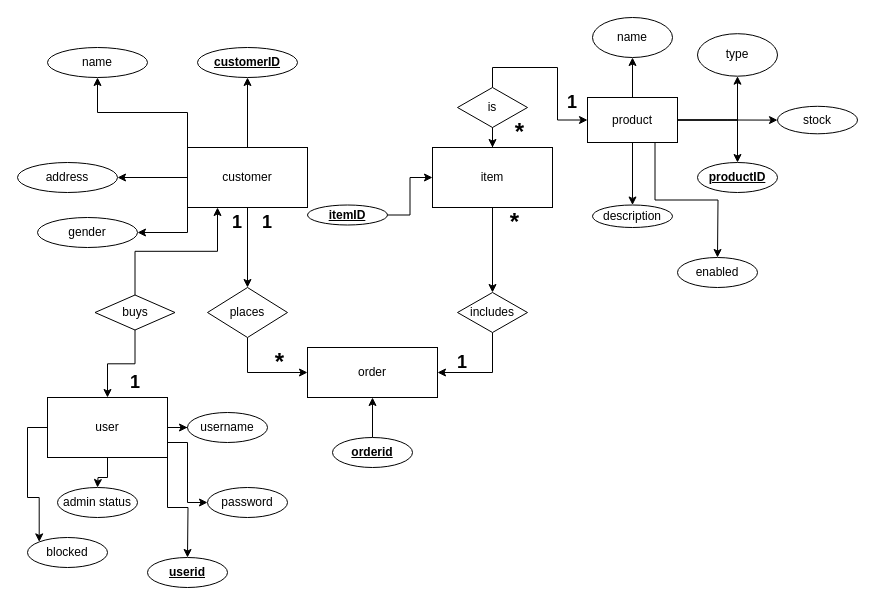
Earlier version of the draw.io diagram erd.drawio (ppvnf/diagramnetworklab2). Source tidied: cells renumbered, new cells numbered last; positions are measured from the earlier drawing's top-left corner, leaving out a move shared by most shapes. Both pictures are drawn from the tidied source at 100%, with x=0, y=0 at pixel (17, 17).
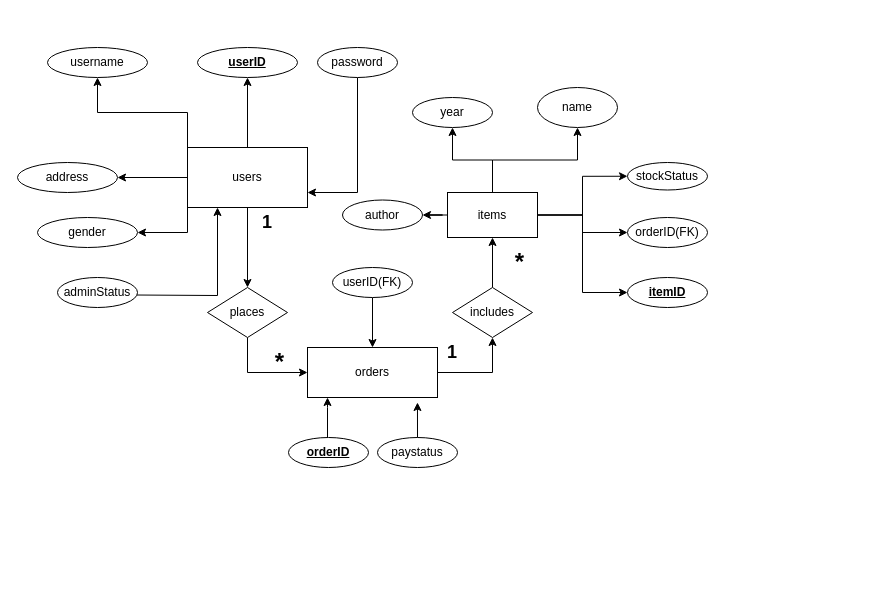
The same diagram, later.

What changed in the source:
```diff
@@
-    <mxCell id="7" value="customer" style="whiteSpace=wrap;html=1;" parent="1" vertex="1">
+    <mxCell id="7" value="users" style="whiteSpace=wrap;html=1;" parent="1" vertex="1">
       <mxGeometry x="170" y="130" width="120" height="60" as="geometry" />
     </mxCell>
-    <mxCell id="8" value="name" style="ellipse;whiteSpace=wrap;html=1;" parent="1" vertex="1">
+    <mxCell id="8" value="username" style="ellipse;whiteSpace=wrap;html=1;" parent="1" vertex="1">
       <mxGeometry x="30" y="30" width="100" height="30" as="geometry" />
     </mxCell>
@@
-    <mxCell id="10" value="&lt;b&gt;&lt;u&gt;customerID&lt;/u&gt;&lt;/b&gt;" style="ellipse;whiteSpace=wrap;html=1;" parent="1" vertex="1">
+    <mxCell id="10" value="&lt;b&gt;&lt;u&gt;userID&lt;/u&gt;&lt;/b&gt;" style="ellipse;whiteSpace=wrap;html=1;" parent="1" vertex="1">
       <mxGeometry x="180" y="30" width="100" height="30" as="geometry" />
     </mxCell>
@@
+    <mxCell id="61" style="edgeStyle=orthogonalEdgeStyle;rounded=0;jettySize=auto;html=1;entryX=0.5;entryY=1;entryDx=0;entryDy=0;" parent="1" edge="1" source="12" target="16">
+      <mxGeometry relative="1" as="geometry" />
+    </mxCell>
-    <mxCell id="12" value="order" style="whiteSpace=wrap;html=1;" parent="1" vertex="1">
+    <mxCell id="12" value="orders" style="whiteSpace=wrap;html=1;" parent="1" vertex="1">
       <mxGeometry x="290" y="330" width="130" height="50" as="geometry" />
     </mxCell>
@@
-    <mxCell id="15" style="edgeStyle=orthogonalEdgeStyle;rounded=0;jettySize=auto;html=1;exitX=0.5;exitY=1;exitDx=0;exitDy=0;entryX=1;entryY=0.5;entryDx=0;entryDy=0;" parent="1" edge="1" source="16" target="12">
-      <mxGeometry relative="1" as="geometry" />
-    </mxCell>
-    <mxCell id="16" value="includes" style="rhombus;whiteSpace=wrap;html=1;" parent="1" vertex="1">
-      <mxGeometry x="440" y="275" width="70" height="40" as="geometry" />
-    </mxCell>
-    <mxCell id="17" style="edgeStyle=orthogonalEdgeStyle;rounded=0;jettySize=auto;html=1;" parent="1" edge="1" source="18" target="16">
-      <mxGeometry relative="1" as="geometry" />
-    </mxCell>
-    <mxCell id="18" value="item" style="whiteSpace=wrap;html=1;" parent="1" vertex="1">
-      <mxGeometry x="415" y="130" width="120" height="60" as="geometry" />
-    </mxCell>
-    <mxCell id="19" style="edgeStyle=orthogonalEdgeStyle;rounded=0;jettySize=auto;html=1;" parent="1" edge="1" source="25" target="37">
-      <mxGeometry relative="1" as="geometry" />
-    </mxCell>
+    <mxCell id="21" style="edgeStyle=orthogonalEdgeStyle;rounded=0;jettySize=auto;html=1;" parent="1" edge="1" source="25" target="39">
+      <mxGeometry relative="1" as="geometry" />
+    </mxCell>
+    <mxCell id="62" style="edgeStyle=orthogonalEdgeStyle;rounded=0;jettySize=auto;html=1;" parent="1" edge="1" source="25" target="56">
+      <mxGeometry relative="1" as="geometry" />
+    </mxCell>
+    <mxCell id="63" style="edgeStyle=orthogonalEdgeStyle;rounded=0;jettySize=auto;html=1;" parent="1" edge="1" source="25" target="72">
+      <mxGeometry relative="1" as="geometry" />
+    </mxCell>
+    <mxCell id="22" style="edgeStyle=orthogonalEdgeStyle;rounded=0;jettySize=auto;html=1;entryX=0;entryY=0.5;entryDx=0;entryDy=0;" parent="1" edge="1" source="25" target="40">
+      <mxGeometry relative="1" as="geometry" />
+    </mxCell>
+    <mxCell id="64" style="edgeStyle=orthogonalEdgeStyle;rounded=0;jettySize=auto;html=1;entryX=0;entryY=0.5;entryDx=0;entryDy=0;" parent="1" edge="1" source="25" target="71">
+      <mxGeometry relative="1" as="geometry" />
+    </mxCell>
-    <mxCell id="20" style="edgeStyle=orthogonalEdgeStyle;rounded=0;jettySize=auto;html=1;" parent="1" edge="1" source="25" target="38">
+    <mxCell id="20" style="edgeStyle=orthogonalEdgeStyle;rounded=0;jettySize=auto;html=1;entryX=0;entryY=0.5;entryDx=0;entryDy=0;" parent="1" edge="1" source="25" target="38">
       <mxGeometry relative="1" as="geometry" />
     </mxCell>
-    <mxCell id="21" style="edgeStyle=orthogonalEdgeStyle;rounded=0;jettySize=auto;html=1;" parent="1" edge="1" source="25" target="39">
-      <mxGeometry relative="1" as="geometry" />
-    </mxCell>
-    <mxCell id="22" style="edgeStyle=orthogonalEdgeStyle;rounded=0;jettySize=auto;html=1;" parent="1" edge="1" source="25" target="40">
-      <mxGeometry relative="1" as="geometry" />
-    </mxCell>
-    <mxCell id="23" style="edgeStyle=orthogonalEdgeStyle;rounded=0;jettySize=auto;html=1;" parent="1" edge="1" source="25" target="41">
-      <mxGeometry relative="1" as="geometry" />
-    </mxCell>
-    <mxCell id="24" style="edgeStyle=orthogonalEdgeStyle;rounded=0;jettySize=auto;html=1;exitX=0.75;exitY=1;exitDx=0;exitDy=0;" parent="1" edge="1" source="25">
-      <mxGeometry relative="1" as="geometry">
-        <mxPoint x="700" y="240" as="targetPoint" />
-      </mxGeometry>
-    </mxCell>
-    <mxCell id="25" value="product" style="whiteSpace=wrap;html=1;" parent="1" vertex="1">
-      <mxGeometry x="570" y="80" width="90" height="45" as="geometry" />
+    <mxCell id="25" value="items" style="whiteSpace=wrap;html=1;" parent="1" vertex="1">
+      <mxGeometry x="430" y="175" width="90" height="45" as="geometry" />
     </mxCell>
-    <mxCell id="26" style="edgeStyle=orthogonalEdgeStyle;rounded=0;jettySize=auto;html=1;" parent="1" edge="1" source="27" target="18">
-      <mxGeometry relative="1" as="geometry" />
-    </mxCell>
-    <mxCell id="27" value="&lt;b&gt;&lt;u&gt;itemID&lt;/u&gt;&lt;/b&gt;" style="ellipse;whiteSpace=wrap;html=1;" parent="1" vertex="1">
-      <mxGeometry x="290" y="187.5" width="80" height="20" as="geometry" />
-    </mxCell>
-    <mxCell id="28" style="edgeStyle=orthogonalEdgeStyle;rounded=0;jettySize=auto;html=1;" parent="1" edge="1" source="30" target="18">
-      <mxGeometry relative="1" as="geometry" />
-    </mxCell>
-    <mxCell id="29" style="edgeStyle=orthogonalEdgeStyle;rounded=0;jettySize=auto;html=1;exitX=0.5;exitY=0;exitDx=0;exitDy=0;entryX=0;entryY=0.5;entryDx=0;entryDy=0;" parent="1" edge="1" source="30" target="25">
-      <mxGeometry relative="1" as="geometry" />
-    </mxCell>
-    <mxCell id="30" value="is" style="rhombus;whiteSpace=wrap;html=1;" parent="1" vertex="1">
-      <mxGeometry x="440" y="70" width="70" height="40" as="geometry" />
-    </mxCell>
-    <mxCell id="31" value="&lt;b&gt;&lt;font style=&quot;font-size: 18px;&quot;&gt;1&lt;/font&gt;&lt;/b&gt;" style="text;strokeColor=none;align=center;fillColor=none;html=1;verticalAlign=middle;whiteSpace=wrap;rounded=0;" parent="1" vertex="1">
-      <mxGeometry x="525" y="70" width="60" height="30" as="geometry" />
-    </mxCell>
-    <mxCell id="32" value="&lt;font style=&quot;font-size: 24px;&quot;&gt;&lt;b&gt;&lt;font&gt;*&lt;/font&gt;&lt;/b&gt;&lt;/font&gt;" style="text;strokeColor=none;align=center;fillColor=none;html=1;verticalAlign=middle;whiteSpace=wrap;rounded=0;" parent="1" vertex="1">
-      <mxGeometry x="475" y="100" width="55" height="30" as="geometry" />
-    </mxCell>
@@
     <mxCell id="35" value="&lt;b&gt;&lt;font style=&quot;font-size: 18px;&quot;&gt;1&lt;/font&gt;&lt;/b&gt;" style="text;strokeColor=none;align=center;fillColor=none;html=1;verticalAlign=middle;whiteSpace=wrap;rounded=0;" parent="1" vertex="1">
-      <mxGeometry x="415" y="330" width="60" height="30" as="geometry" />
+      <mxGeometry x="405" y="320" width="60" height="30" as="geometry" />
     </mxCell>
     <mxCell id="36" value="&lt;font style=&quot;font-size: 24px;&quot;&gt;&lt;b&gt;&lt;font&gt;*&lt;/font&gt;&lt;/b&gt;&lt;/font&gt;" style="text;strokeColor=none;align=center;fillColor=none;html=1;verticalAlign=middle;whiteSpace=wrap;rounded=0;" parent="1" vertex="1">
-      <mxGeometry x="470" y="190" width="55" height="30" as="geometry" />
+      <mxGeometry x="475" y="230" width="55" height="30" as="geometry" />
     </mxCell>
-    <mxCell id="37" value="type" style="ellipse;whiteSpace=wrap;html=1;" parent="1" vertex="1">
-      <mxGeometry x="680" y="16.2" width="80" height="42.5" as="geometry" />
-    </mxCell>
-    <mxCell id="38" value="&lt;b&gt;&lt;u&gt;productID&lt;/u&gt;&lt;/b&gt;" style="ellipse;whiteSpace=wrap;html=1;" parent="1" vertex="1">
-      <mxGeometry x="680" y="145" width="80" height="30" as="geometry" />
+    <mxCell id="38" value="&lt;b&gt;&lt;u&gt;itemID&lt;/u&gt;&lt;/b&gt;" style="ellipse;whiteSpace=wrap;html=1;" parent="1" vertex="1">
+      <mxGeometry x="610" y="260" width="80" height="30" as="geometry" />
     </mxCell>
     <mxCell id="39" value="name" style="ellipse;whiteSpace=wrap;html=1;" parent="1" vertex="1">
-      <mxGeometry x="575" width="80" height="40" as="geometry" />
+      <mxGeometry x="520" y="70" width="80" height="40" as="geometry" />
     </mxCell>
-    <mxCell id="40" value="stock" style="ellipse;whiteSpace=wrap;html=1;" parent="1" vertex="1">
-      <mxGeometry x="760" y="88.8" width="80" height="27.5" as="geometry" />
+    <mxCell id="40" value="stockStatus" style="ellipse;whiteSpace=wrap;html=1;" parent="1" vertex="1">
+      <mxGeometry x="610" y="145" width="80" height="27.5" as="geometry" />
     </mxCell>
-    <mxCell id="41" value="description" style="ellipse;whiteSpace=wrap;html=1;" parent="1" vertex="1">
-      <mxGeometry x="575" y="187.5" width="80" height="22.5" as="geometry" />
-    </mxCell>
-    <mxCell id="42" style="edgeStyle=orthogonalEdgeStyle;rounded=0;jettySize=auto;html=1;" parent="1" edge="1" source="47">
-      <mxGeometry relative="1" as="geometry">
-        <mxPoint x="80" y="470" as="targetPoint" />
-      </mxGeometry>
-    </mxCell>
-    <mxCell id="43" style="edgeStyle=orthogonalEdgeStyle;rounded=0;jettySize=auto;html=1;" parent="1" edge="1" source="47" target="52">
-      <mxGeometry relative="1" as="geometry" />
-    </mxCell>
-    <mxCell id="44" style="edgeStyle=orthogonalEdgeStyle;rounded=0;jettySize=auto;html=1;exitX=1;exitY=0.75;exitDx=0;exitDy=0;entryX=0;entryY=0.5;entryDx=0;entryDy=0;" parent="1" edge="1" source="47" target="53">
-      <mxGeometry relative="1" as="geometry" />
-    </mxCell>
-    <mxCell id="45" style="edgeStyle=orthogonalEdgeStyle;rounded=0;jettySize=auto;html=1;exitX=1;exitY=1;exitDx=0;exitDy=0;" parent="1" edge="1" source="47">
-      <mxGeometry relative="1" as="geometry">
-        <mxPoint x="170" y="540" as="targetPoint" />
-      </mxGeometry>
-    </mxCell>
-    <mxCell id="46" style="edgeStyle=orthogonalEdgeStyle;rounded=0;jettySize=auto;html=1;exitX=0;exitY=0.5;exitDx=0;exitDy=0;entryX=0;entryY=0;entryDx=0;entryDy=0;" parent="1" edge="1" source="47" target="58">
-      <mxGeometry relative="1" as="geometry" />
-    </mxCell>
-    <mxCell id="47" value="user" style="whiteSpace=wrap;html=1;" parent="1" vertex="1">
-      <mxGeometry x="30" y="380" width="120" height="60" as="geometry" />
-    </mxCell>
-    <mxCell id="48" style="edgeStyle=orthogonalEdgeStyle;rounded=0;jettySize=auto;html=1;" parent="1" edge="1" source="50" target="47">
-      <mxGeometry relative="1" as="geometry" />
-    </mxCell>
-    <mxCell id="49" style="edgeStyle=orthogonalEdgeStyle;rounded=0;jettySize=auto;html=1;exitX=0.5;exitY=0;exitDx=0;exitDy=0;entryX=0.25;entryY=1;entryDx=0;entryDy=0;" parent="1" edge="1" source="50" target="7">
-      <mxGeometry relative="1" as="geometry" />
+    <mxCell id="49" style="edgeStyle=orthogonalEdgeStyle;rounded=0;jettySize=auto;html=1;exitX=0.5;exitY=0;exitDx=0;exitDy=0;entryX=0.25;entryY=1;entryDx=0;entryDy=0;" parent="1" edge="1" target="7">
+      <mxGeometry relative="1" as="geometry">
+        <mxPoint x="117.5" y="277.5" as="sourcePoint" />
+      </mxGeometry>
     </mxCell>
-    <mxCell id="50" value="buys" style="rhombus;whiteSpace=wrap;html=1;" parent="1" vertex="1">
-      <mxGeometry x="77.5" y="277.5" width="80" height="35" as="geometry" />
-    </mxCell>
-    <mxCell id="51" value="admin status" style="ellipse;whiteSpace=wrap;html=1;" parent="1" vertex="1">
-      <mxGeometry x="40" y="470" width="80" height="30" as="geometry" />
+    <mxCell id="51" value="adminStatus" style="ellipse;whiteSpace=wrap;html=1;" parent="1" vertex="1">
+      <mxGeometry x="40" y="260" width="80" height="30" as="geometry" />
     </mxCell>
-    <mxCell id="52" value="username" style="ellipse;whiteSpace=wrap;html=1;" parent="1" vertex="1">
-      <mxGeometry x="170" y="395" width="80" height="30" as="geometry" />
-    </mxCell>
+    <mxCell id="65" style="edgeStyle=orthogonalEdgeStyle;rounded=0;jettySize=auto;html=1;entryX=1;entryY=0.75;entryDx=0;entryDy=0;" parent="1" edge="1" source="53" target="7">
+      <mxGeometry relative="1" as="geometry">
+        <Array as="points">
+          <mxPoint x="340" y="175" />
+        </Array>
+      </mxGeometry>
+    </mxCell>
     <mxCell id="53" value="password" style="ellipse;whiteSpace=wrap;html=1;" parent="1" vertex="1">
-      <mxGeometry x="190" y="470" width="80" height="30" as="geometry" />
+      <mxGeometry x="300" y="30" width="80" height="30" as="geometry" />
     </mxCell>
     <mxCell id="54" style="edgeStyle=orthogonalEdgeStyle;rounded=0;jettySize=auto;html=1;" parent="1" edge="1" source="55" target="12">
-      <mxGeometry relative="1" as="geometry" />
+      <mxGeometry relative="1" as="geometry">
+        <Array as="points">
+          <mxPoint x="310" y="390" />
+          <mxPoint x="310" y="390" />
+        </Array>
+      </mxGeometry>
     </mxCell>
-    <mxCell id="55" value="&lt;b&gt;&lt;u&gt;orderid&lt;/u&gt;&lt;/b&gt;" style="ellipse;whiteSpace=wrap;html=1;" parent="1" vertex="1">
-      <mxGeometry x="315" y="420" width="80" height="30" as="geometry" />
+    <mxCell id="55" value="&lt;b&gt;&lt;u&gt;orderID&lt;/u&gt;&lt;/b&gt;" style="ellipse;whiteSpace=wrap;html=1;" parent="1" vertex="1">
+      <mxGeometry x="271" y="420" width="80" height="30" as="geometry" />
     </mxCell>
-    <mxCell id="56" value="enabled" style="ellipse;whiteSpace=wrap;html=1;" parent="1" vertex="1">
-      <mxGeometry x="660" y="240" width="80" height="30" as="geometry" />
+    <mxCell id="56" value="&lt;div&gt;year&lt;/div&gt;" style="ellipse;whiteSpace=wrap;html=1;" parent="1" vertex="1">
+      <mxGeometry x="395" y="80" width="80" height="30" as="geometry" />
     </mxCell>
-    <mxCell id="57" value="&lt;b&gt;&lt;u&gt;userid&lt;/u&gt;&lt;/b&gt;" style="ellipse;whiteSpace=wrap;html=1;" parent="1" vertex="1">
-      <mxGeometry x="130" y="540" width="80" height="30" as="geometry" />
-    </mxCell>
-    <mxCell id="58" value="blocked" style="ellipse;whiteSpace=wrap;html=1;" parent="1" vertex="1">
-      <mxGeometry x="10" y="520" width="80" height="30" as="geometry" />
-    </mxCell>
-    <mxCell id="59" value="&lt;b&gt;&lt;font style=&quot;font-size: 18px;&quot;&gt;1&lt;/font&gt;&lt;/b&gt;" style="text;strokeColor=none;align=center;fillColor=none;html=1;verticalAlign=middle;whiteSpace=wrap;rounded=0;" parent="1" vertex="1">
-      <mxGeometry x="190" y="190" width="60" height="30" as="geometry" />
-    </mxCell>
-    <mxCell id="60" value="&lt;b&gt;&lt;font style=&quot;font-size: 18px;&quot;&gt;1&lt;/font&gt;&lt;/b&gt;" style="text;strokeColor=none;align=center;fillColor=none;html=1;verticalAlign=middle;whiteSpace=wrap;rounded=0;" parent="1" vertex="1">
-      <mxGeometry x="87.5" y="350" width="60" height="30" as="geometry" />
-    </mxCell>
+    <mxCell id="66" value="paystatus" style="ellipse;whiteSpace=wrap;html=1;" parent="1" vertex="1">
+      <mxGeometry x="360" y="420" width="80" height="30" as="geometry" />
+    </mxCell>
+    <mxCell id="67" style="edgeStyle=orthogonalEdgeStyle;rounded=0;jettySize=auto;html=1;entryX=0.846;entryY=1.1;entryDx=0;entryDy=0;entryPerimeter=0;" parent="1" edge="1" source="66" target="12">
+      <mxGeometry relative="1" as="geometry" />
+    </mxCell>
+    <mxCell id="68" style="edgeStyle=orthogonalEdgeStyle;rounded=0;jettySize=auto;html=1;" parent="1" edge="1" source="69" target="12">
+      <mxGeometry relative="1" as="geometry" />
+    </mxCell>
+    <mxCell id="69" value="userID(FK)" style="ellipse;whiteSpace=wrap;html=1;" parent="1" vertex="1">
+      <mxGeometry x="315" y="250" width="80" height="30" as="geometry" />
+    </mxCell>
+    <mxCell id="70" style="edgeStyle=orthogonalEdgeStyle;rounded=0;jettySize=auto;html=1;" parent="1" edge="1" source="16" target="25">
+      <mxGeometry relative="1" as="geometry" />
+    </mxCell>
+    <mxCell id="16" value="&lt;div&gt;includes&lt;/div&gt;" style="rhombus;whiteSpace=wrap;html=1;" parent="1" vertex="1">
+      <mxGeometry x="435" y="270" width="80" height="50" as="geometry" />
+    </mxCell>
+    <mxCell id="71" value="orderID(FK)" style="ellipse;whiteSpace=wrap;html=1;" parent="1" vertex="1">
+      <mxGeometry x="610" y="200" width="80" height="30" as="geometry" />
+    </mxCell>
+    <mxCell id="72" value="author" style="ellipse;whiteSpace=wrap;html=1;" parent="1" vertex="1">
+      <mxGeometry x="325" y="182.5" width="80" height="30" as="geometry" />
+    </mxCell>
```
